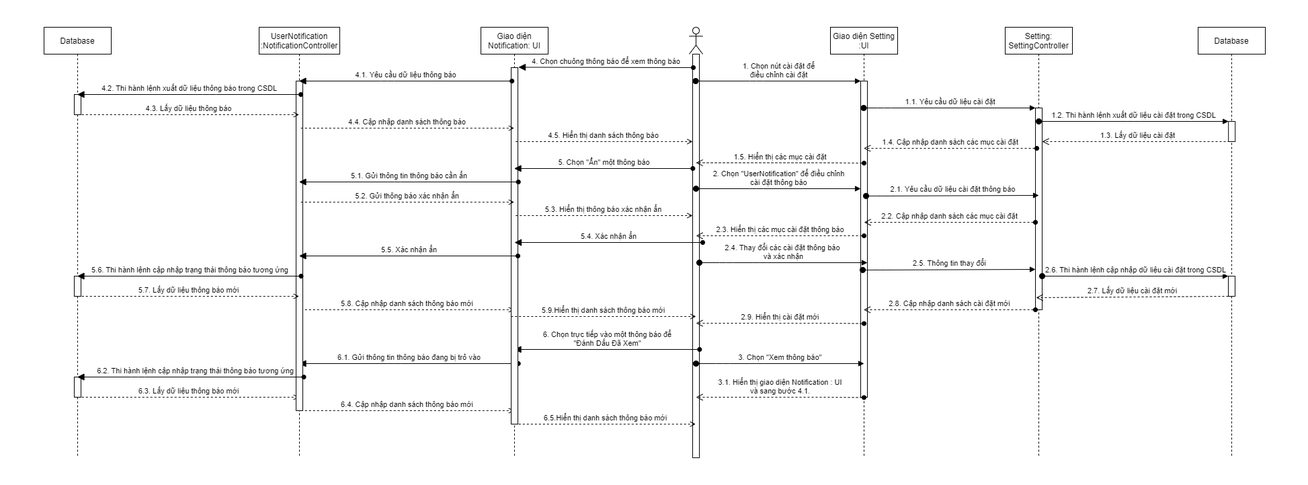
Above: ToDoApp-Doc/Document/Diagram/Sequence Diagram/UserNotificationManagement/UserNotificationManagement_SequenceDiagram.png in Merevoli-DatLuu/To-Do-App (draw.io), before the change. Source tidied: cells renumbered, new cells last; positions are measured from the earlier drawing's top-left corner, leaving out a move shared by most shapes.
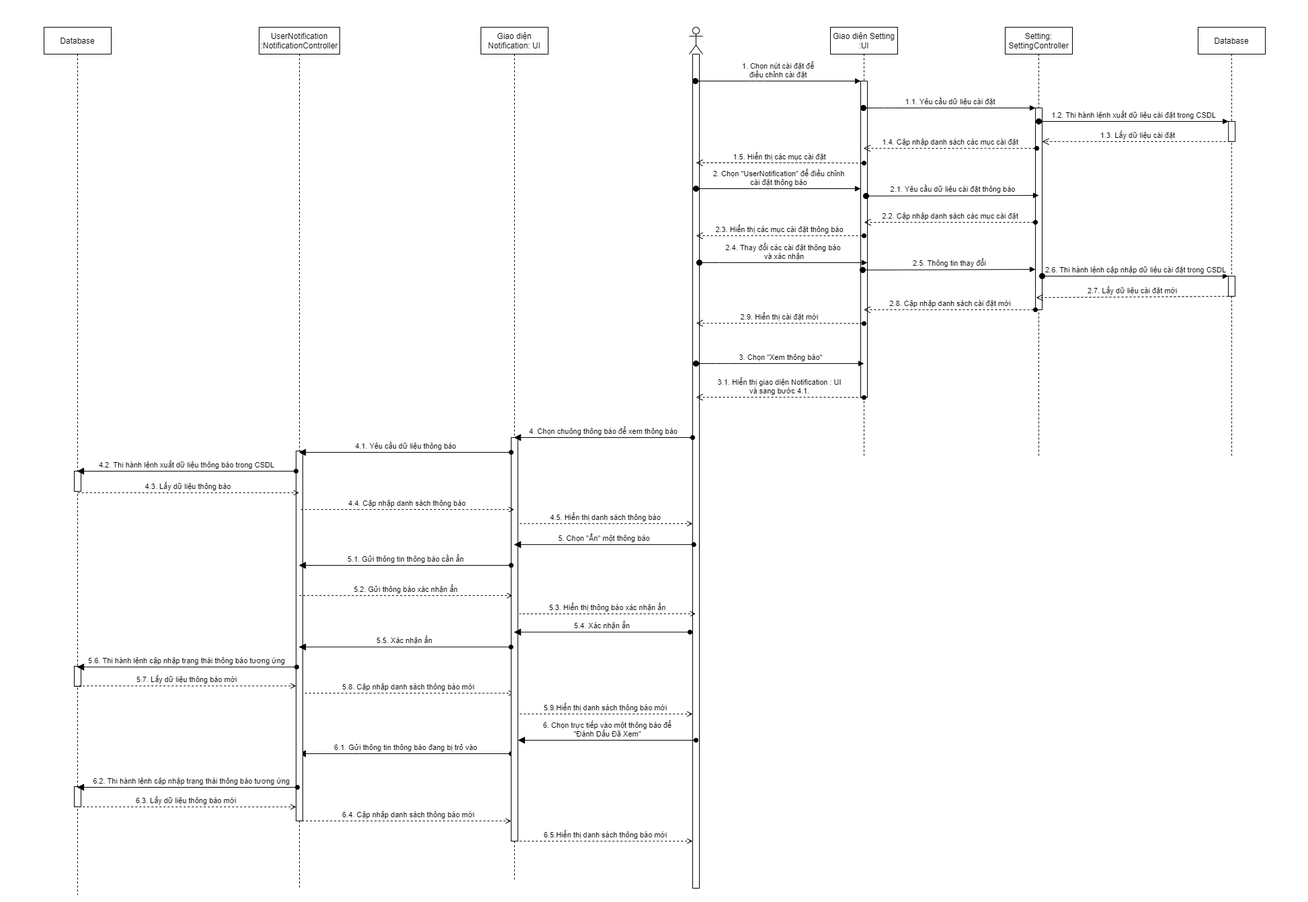
Later version of the same file.

The edit, as a diff of the source:
```diff
@@ -3,13 +3,13 @@
     <mxCell id="0" />
     <mxCell id="1" parent="0" />
     <mxCell id="2" style="rounded=0;whiteSpace=wrap;html=1;strokeColor=none;" parent="1" vertex="1">
-      <mxGeometry width="1945" height="720" as="geometry" />
+      <mxGeometry width="1945" height="1340" as="geometry" />
     </mxCell>
     <mxCell id="3" style="shape=umlLifeline;participant=umlActor;perimeter=lifelinePerimeter;whiteSpace=wrap;html=1;verticalAlign=top;spacingTop=36;outlineConnect=0;" parent="1" vertex="1">
-      <mxGeometry x="1025" y="40" width="20" height="640" as="geometry" />
+      <mxGeometry x="1025" y="40" width="20" height="1280" as="geometry" />
     </mxCell>
     <mxCell id="4" style="html=1;points=[];perimeter=orthogonalPerimeter;" parent="3" vertex="1">
-      <mxGeometry x="5" y="40" width="10" height="600" as="geometry" />
+      <mxGeometry x="5" y="40" width="10" height="1240" as="geometry" />
     </mxCell>
     <mxCell id="5" value="Giao diện Setting&lt;br&gt;:UI" style="shape=umlLifeline;perimeter=lifelinePerimeter;whiteSpace=wrap;html=1;outlineConnect=0;" parent="1" vertex="1">
       <mxGeometry x="1235" y="40" width="100" height="640" as="geometry" />
@@ -62,9 +62,9 @@
         </Array>
       </mxGeometry>
     </mxCell>
-    <mxCell id="14" value="6. Chọn trực tiếp vào một thông báo để&lt;br&gt;&quot;Đánh Dấu Đã Xem&quot;" style="html=1;verticalAlign=bottom;startArrow=block;endArrow=oval;startSize=8;startFill=1;endFill=1;" parent="1" edge="1" source="31">
+    <mxCell id="14" value="6. Chọn trực tiếp vào một thông báo để&lt;br&gt;&quot;Đánh Dấu Đã Xem&quot;" style="html=1;verticalAlign=bottom;startArrow=block;endArrow=oval;startSize=8;startFill=1;endFill=1;" parent="1" edge="1" source="32">
       <mxGeometry relative="1" as="geometry">
-        <mxPoint x="1040.3" y="519" as="targetPoint" />
+        <mxPoint x="1035" y="1100" as="targetPoint" />
       </mxGeometry>
     </mxCell>
     <mxCell id="15" value="2.1. Yêu cầu dữ liệu cài đặt thông báo" style="html=1;verticalAlign=bottom;startArrow=oval;endArrow=block;startSize=8;entryX=0.2;entryY=-0.021;entryDx=0;entryDy=0;entryPerimeter=0;" parent="1" edge="1">
@@ -104,28 +104,26 @@
         <mxPoint x="1835" y="210" as="sourcePoint" />
       </mxGeometry>
     </mxCell>
-    <mxCell id="21" value="5.8. Cập nhập danh sách thông báo mới" style="html=1;verticalAlign=bottom;endArrow=none;endSize=8;startArrow=open;startFill=0;endFill=0;dashed=1;" parent="1" edge="1" source="31">
+    <mxCell id="21" value="5.8. Cập nhập danh sách thông báo mới" style="html=1;verticalAlign=bottom;endArrow=none;endSize=8;startArrow=open;startFill=0;endFill=0;dashed=1;" parent="1" edge="1" source="31" target="35">
       <mxGeometry relative="1" as="geometry">
-        <mxPoint x="445" y="460" as="targetPoint" />
         <Array as="points">
-          <mxPoint x="685.7" y="460" />
+          <mxPoint x="695" y="1030" />
         </Array>
       </mxGeometry>
     </mxCell>
-    <mxCell id="22" value="6.1. Gửi thông tin thông báo đang bị trỏ vào" style="html=1;verticalAlign=bottom;startArrow=block;endArrow=oval;startSize=8;startFill=1;endFill=1;" parent="1" edge="1" source="34">
+    <mxCell id="22" value="6.1. Gửi thông tin thông báo đang bị trỏ vào" style="html=1;verticalAlign=bottom;startArrow=block;endArrow=oval;startSize=8;startFill=1;endFill=1;" parent="1" edge="1" source="34" target="32">
       <mxGeometry relative="1" as="geometry">
-        <mxPoint x="770.7" y="540" as="targetPoint" />
         <Array as="points">
-          <mxPoint x="585.7" y="540" />
+          <mxPoint x="525" y="1120" />
         </Array>
       </mxGeometry>
     </mxCell>
-    <mxCell id="23" value="6.4. Cập nhập danh sách thông báo mới" style="html=1;verticalAlign=bottom;endArrow=none;endSize=8;startArrow=open;startFill=0;endFill=0;dashed=1;" parent="1" edge="1" source="31">
+    <mxCell id="23" value="6.4. Cập nhập danh sách thông báo mới" style="html=1;verticalAlign=bottom;endArrow=none;endSize=8;startArrow=open;startFill=0;endFill=0;dashed=1;" parent="1" edge="1" source="32" target="35">
       <mxGeometry relative="1" as="geometry">
-        <mxPoint x="445" y="610" as="targetPoint" />
         <Array as="points">
-          <mxPoint x="685.7" y="610" />
+          <mxPoint x="665" y="1220" />
         </Array>
+        <mxPoint x="1" as="offset" />
       </mxGeometry>
     </mxCell>
     <mxCell id="24" value="2.2. Cập nhập danh sách các mục cài đặt" style="html=1;verticalAlign=bottom;endArrow=open;endSize=8;endFill=0;startArrow=oval;startFill=1;dashed=1;" parent="1" edge="1" source="8">
@@ -162,140 +160,117 @@
         </Array>
       </mxGeometry>
     </mxCell>
-    <mxCell id="29" value="6.3. Lấy dữ liệu thông báo mới" style="html=1;verticalAlign=bottom;endArrow=none;dashed=1;endSize=8;startArrow=open;startFill=0;endFill=0;" parent="1" edge="1" source="34">
-      <mxGeometry relative="1" as="geometry">
-        <mxPoint x="115" y="590" as="targetPoint" />
-      </mxGeometry>
+    <mxCell id="29" value="6.3. Lấy dữ liệu thông báo mới" style="html=1;verticalAlign=bottom;endArrow=none;dashed=1;endSize=8;startArrow=open;startFill=0;endFill=0;entryX=0.171;entryY=1.005;entryDx=0;entryDy=0;entryPerimeter=0;" parent="1" edge="1" source="35" target="39">
+      <mxGeometry relative="1" as="geometry" />
     </mxCell>
-    <mxCell id="30" value="6.5.Hiển thị danh sách thông báo mới" style="html=1;verticalAlign=bottom;endArrow=none;endSize=8;startArrow=open;startFill=0;endFill=0;dashed=1;" parent="1" edge="1" source="3">
+    <mxCell id="30" value="6.5.Hiển thị danh sách thông báo mới" style="html=1;verticalAlign=bottom;endArrow=none;endSize=8;startArrow=open;startFill=0;endFill=0;dashed=1;" parent="1" edge="1" source="4" target="32">
       <mxGeometry relative="1" as="geometry">
-        <mxPoint x="765" y="630" as="targetPoint" />
         <Array as="points">
-          <mxPoint x="995.7" y="630" />
+          <mxPoint x="975" y="1250" />
+          <mxPoint x="855" y="1250" />
         </Array>
       </mxGeometry>
     </mxCell>
     <mxCell id="31" value="Giao diện Notification: UI" style="shape=umlLifeline;perimeter=lifelinePerimeter;whiteSpace=wrap;html=1;outlineConnect=0;" parent="1" vertex="1">
-      <mxGeometry x="715" y="40" width="100" height="640" as="geometry" />
+      <mxGeometry x="715" y="40" width="100" height="1270" as="geometry" />
     </mxCell>
     <mxCell id="32" style="html=1;points=[];perimeter=orthogonalPerimeter;" parent="31" vertex="1">
-      <mxGeometry x="45" y="60" width="10" height="530" as="geometry" />
+      <mxGeometry x="45" y="610" width="10" height="600" as="geometry" />
     </mxCell>
-    <mxCell id="33" value="5.9.Hiển thị danh sách thông báo mới" style="html=1;verticalAlign=bottom;endArrow=none;endSize=8;startArrow=open;startFill=0;endFill=0;dashed=1;" parent="31" edge="1">
-      <mxGeometry relative="1" as="geometry">
-        <mxPoint x="320" y="430" as="sourcePoint" />
-        <mxPoint x="45" y="430" as="targetPoint" />
-      </mxGeometry>
-    </mxCell>
     <mxCell id="34" value="UserNotification&lt;br&gt;:NotificationController" style="shape=umlLifeline;perimeter=lifelinePerimeter;whiteSpace=wrap;html=1;outlineConnect=0;" parent="1" vertex="1">
-      <mxGeometry x="385" y="40" width="120" height="640" as="geometry" />
+      <mxGeometry x="385" y="40" width="120" height="1280" as="geometry" />
     </mxCell>
     <mxCell id="35" style="html=1;points=[];perimeter=orthogonalPerimeter;" parent="34" vertex="1">
-      <mxGeometry x="55" y="80" width="10" height="490" as="geometry" />
+      <mxGeometry x="55" y="630" width="10" height="550" as="geometry" />
     </mxCell>
     <mxCell id="36" value="Database" style="shape=umlLifeline;perimeter=lifelinePerimeter;whiteSpace=wrap;html=1;outlineConnect=0;" parent="1" vertex="1">
-      <mxGeometry x="65" y="40" width="100" height="640" as="geometry" />
+      <mxGeometry x="65" y="40" width="100" height="1290" as="geometry" />
     </mxCell>
     <mxCell id="37" style="html=1;points=[];perimeter=orthogonalPerimeter;" parent="36" vertex="1">
-      <mxGeometry x="45" y="100" width="10" height="30" as="geometry" />
+      <mxGeometry x="45" y="660" width="10" height="30" as="geometry" />
     </mxCell>
     <mxCell id="38" style="html=1;points=[];perimeter=orthogonalPerimeter;" parent="36" vertex="1">
-      <mxGeometry x="45" y="370" width="10" height="30" as="geometry" />
+      <mxGeometry x="45" y="950" width="10" height="30" as="geometry" />
     </mxCell>
     <mxCell id="39" style="html=1;points=[];perimeter=orthogonalPerimeter;" parent="36" vertex="1">
-      <mxGeometry x="45" y="520" width="10" height="30" as="geometry" />
+      <mxGeometry x="45" y="1129" width="10" height="30" as="geometry" />
     </mxCell>
-    <mxCell id="40" value="4. Chọn chuông thông báo để xem thông báo" style="html=1;verticalAlign=bottom;startArrow=block;endArrow=oval;startSize=8;startFill=1;endFill=1;exitX=1.1;exitY=-0.001;exitDx=0;exitDy=0;exitPerimeter=0;" parent="1" edge="1" source="32">
+    <mxCell id="40" value="4. Chọn chuông thông báo để xem thông báo" style="html=1;verticalAlign=bottom;startArrow=block;endArrow=oval;startSize=8;startFill=1;endFill=1;" parent="1" edge="1" source="31" target="4">
       <mxGeometry relative="1" as="geometry">
-        <mxPoint x="1031" y="100" as="targetPoint" />
+        <Array as="points">
+          <mxPoint x="905" y="650" />
+        </Array>
       </mxGeometry>
     </mxCell>
-    <mxCell id="41" value="4.1. Yêu cầu dữ liệu thông báo" style="html=1;verticalAlign=bottom;startArrow=block;endArrow=oval;startSize=8;startFill=1;endFill=1;" parent="1" edge="1" source="34">
+    <mxCell id="41" value="4.1. Yêu cầu dữ liệu thông báo" style="html=1;verticalAlign=bottom;startArrow=block;endArrow=oval;startSize=8;startFill=1;endFill=1;" parent="1" edge="1" source="34" target="32">
       <mxGeometry relative="1" as="geometry">
-        <mxPoint x="761.2" y="120" as="targetPoint" />
         <Array as="points">
-          <mxPoint x="576.2" y="120" />
+          <mxPoint x="575" y="672" />
         </Array>
       </mxGeometry>
     </mxCell>
-    <mxCell id="42" value="4.2. Thi hành lệnh xuất dữ liệu thông báo trong CSDL" style="html=1;verticalAlign=bottom;startArrow=block;endArrow=oval;startSize=8;startFill=1;endFill=1;" parent="1" edge="1" source="36">
+    <mxCell id="42" value="4.2. Thi hành lệnh xuất dữ liệu thông báo trong CSDL" style="html=1;verticalAlign=bottom;startArrow=block;endArrow=oval;startSize=8;startFill=1;endFill=1;" parent="1" edge="1" source="36" target="35">
       <mxGeometry relative="1" as="geometry">
-        <mxPoint x="447.2" y="140" as="targetPoint" />
         <Array as="points">
-          <mxPoint x="311" y="140" />
+          <mxPoint x="275" y="700" />
         </Array>
       </mxGeometry>
     </mxCell>
-    <mxCell id="43" value="4.3. Lấy dữ liệu thông báo" style="html=1;verticalAlign=bottom;endArrow=none;dashed=1;endSize=8;startArrow=open;startFill=0;endFill=0;" parent="1" edge="1" source="34">
-      <mxGeometry relative="1" as="geometry">
-        <mxPoint x="115" y="170" as="targetPoint" />
-      </mxGeometry>
+    <mxCell id="43" value="4.3. Lấy dữ liệu thông báo" style="html=1;verticalAlign=bottom;endArrow=none;dashed=1;endSize=8;startArrow=open;startFill=0;endFill=0;entryX=0.286;entryY=1.071;entryDx=0;entryDy=0;entryPerimeter=0;" parent="1" edge="1" source="34" target="37">
+      <mxGeometry relative="1" as="geometry" />
     </mxCell>
     <mxCell id="44" value="4.4. Cập nhập danh sách thông báo" style="html=1;verticalAlign=bottom;endArrow=none;endSize=8;startArrow=open;startFill=0;endFill=0;dashed=1;" parent="1" edge="1" source="31">
       <mxGeometry relative="1" as="geometry">
-        <mxPoint x="445" y="190" as="targetPoint" />
+        <mxPoint x="445" y="757" as="targetPoint" />
         <Array as="points">
-          <mxPoint x="685.7" y="190" />
+          <mxPoint x="705" y="757" />
         </Array>
       </mxGeometry>
     </mxCell>
-    <mxCell id="45" value="4.5. Hiển thị danh sách thông báo" style="html=1;verticalAlign=bottom;endArrow=none;endSize=8;startArrow=open;startFill=0;endFill=0;dashed=1;" parent="1" edge="1" source="4">
+    <mxCell id="45" value="4.5. Hiển thị danh sách thông báo" style="html=1;verticalAlign=bottom;endArrow=none;endSize=8;startArrow=open;startFill=0;endFill=0;dashed=1;" parent="1" edge="1" source="4" target="32">
       <mxGeometry relative="1" as="geometry">
-        <mxPoint x="765" y="210" as="targetPoint" />
         <Array as="points">
-          <mxPoint x="985.7" y="210" />
+          <mxPoint x="965" y="778" />
         </Array>
       </mxGeometry>
     </mxCell>
-    <mxCell id="46" value="5. Chọn &quot;Ẩn&quot; một thông báo" style="html=1;verticalAlign=bottom;startArrow=block;endArrow=oval;startSize=8;startFill=1;endFill=1;" parent="1" edge="1" source="31">
-      <mxGeometry relative="1" as="geometry">
-        <mxPoint x="1030.3" y="250" as="targetPoint" />
-      </mxGeometry>
+    <mxCell id="46" value="5. Chọn &quot;Ẩn&quot; một thông báo" style="html=1;verticalAlign=bottom;startArrow=block;endArrow=oval;startSize=8;startFill=1;endFill=1;entryX=0.171;entryY=0.588;entryDx=0;entryDy=0;entryPerimeter=0;" parent="1" edge="1" source="31" target="4">
+      <mxGeometry relative="1" as="geometry" />
     </mxCell>
-    <mxCell id="47" value="5.1. Gửi thông tin thông báo cần ẩn" style="html=1;verticalAlign=bottom;startArrow=block;endArrow=oval;startSize=8;startFill=1;endFill=1;" parent="1" edge="1" source="34">
+    <mxCell id="47" value="5.1. Gửi thông tin thông báo cần ẩn" style="html=1;verticalAlign=bottom;startArrow=block;endArrow=oval;startSize=8;startFill=1;endFill=1;" parent="1" edge="1" source="34" target="32">
       <mxGeometry relative="1" as="geometry">
-        <mxPoint x="770.7" y="270" as="targetPoint" />
         <Array as="points">
-          <mxPoint x="585.7" y="270" />
+          <mxPoint x="605" y="840" />
         </Array>
       </mxGeometry>
     </mxCell>
-    <mxCell id="48" value="5.2. Gửi thông báo xác nhận ẩn" style="html=1;verticalAlign=bottom;endArrow=none;endSize=8;endFill=0;startArrow=open;startFill=0;dashed=1;" parent="1" edge="1" source="31">
+    <mxCell id="48" value="5.2. Gửi thông báo xác nhận ẩn" style="html=1;verticalAlign=bottom;endArrow=none;endSize=8;endFill=0;startArrow=open;startFill=0;dashed=1;" parent="1" edge="1">
       <mxGeometry relative="1" as="geometry">
-        <mxPoint x="445" y="300" as="targetPoint" />
+        <mxPoint x="762" y="885" as="sourcePoint" />
+        <mxPoint x="445" y="885" as="targetPoint" />
       </mxGeometry>
     </mxCell>
-    <mxCell id="49" value="5.3. Hiển thị thông báo xác nhận ẩn" style="html=1;verticalAlign=bottom;endArrow=none;endSize=8;endFill=0;startArrow=open;startFill=0;entryX=1.22;entryY=0.409;entryDx=0;entryDy=0;entryPerimeter=0;dashed=1;" parent="1" edge="1" source="4">
-      <mxGeometry relative="1" as="geometry">
-        <mxPoint x="765" y="320" as="targetPoint" />
-      </mxGeometry>
+    <mxCell id="49" value="5.3. Hiển thị thông báo xác nhận ẩn" style="html=1;verticalAlign=bottom;endArrow=none;endSize=8;endFill=0;startArrow=open;startFill=0;dashed=1;exitX=0.45;exitY=0.671;exitDx=0;exitDy=0;exitPerimeter=0;entryX=1.229;entryY=0.437;entryDx=0;entryDy=0;entryPerimeter=0;" parent="1" edge="1" source="4" target="32">
+      <mxGeometry relative="1" as="geometry" />
     </mxCell>
-    <mxCell id="50" value="5.4. Xác nhận ẩn" style="html=1;verticalAlign=bottom;startArrow=block;endArrow=oval;startSize=8;startFill=1;endFill=1;" parent="1" edge="1">
-      <mxGeometry relative="1" as="geometry">
-        <mxPoint x="765" y="360" as="sourcePoint" />
-        <mxPoint x="1045" y="360" as="targetPoint" />
-      </mxGeometry>
+    <mxCell id="50" value="5.4. Xác nhận ẩn" style="html=1;verticalAlign=bottom;startArrow=block;endArrow=oval;startSize=8;startFill=1;endFill=1;entryX=-0.4;entryY=0.693;entryDx=0;entryDy=0;entryPerimeter=0;" parent="1" edge="1" source="31" target="4">
+      <mxGeometry relative="1" as="geometry" />
     </mxCell>
-    <mxCell id="51" value="5.5. Xác nhận ẩn" style="html=1;verticalAlign=bottom;startArrow=block;endArrow=oval;startSize=8;startFill=1;endFill=1;" parent="1" edge="1" source="34">
-      <mxGeometry relative="1" as="geometry">
-        <mxPoint x="770" y="380" as="targetPoint" />
-      </mxGeometry>
+    <mxCell id="51" value="5.5. Xác nhận ẩn" style="html=1;verticalAlign=bottom;startArrow=block;endArrow=oval;startSize=8;startFill=1;endFill=1;entryX=-0.029;entryY=0.519;entryDx=0;entryDy=0;entryPerimeter=0;" parent="1" edge="1" source="34" target="32">
+      <mxGeometry relative="1" as="geometry" />
     </mxCell>
-    <mxCell id="52" value="5.6. Thi hành lệnh cập nhập trạng thái thông báo tương ứng" style="html=1;verticalAlign=bottom;startArrow=block;endArrow=oval;startSize=8;startFill=1;endFill=1;" parent="1" edge="1" source="36">
-      <mxGeometry relative="1" as="geometry">
-        <mxPoint x="447.5" y="410" as="targetPoint" />
-      </mxGeometry>
+    <mxCell id="52" value="5.6. Thi hành lệnh cập nhập trạng thái thông báo tương ứng" style="html=1;verticalAlign=bottom;startArrow=block;endArrow=oval;startSize=8;startFill=1;endFill=1;entryX=0.086;entryY=0.584;entryDx=0;entryDy=0;entryPerimeter=0;" parent="1" edge="1" source="36" target="35">
+      <mxGeometry relative="1" as="geometry" />
     </mxCell>
-    <mxCell id="53" value="5.7. Lấy dữ liệu thông báo mới" style="html=1;verticalAlign=bottom;endArrow=none;dashed=1;endSize=8;startArrow=open;startFill=0;endFill=0;" parent="1" edge="1" source="34">
-      <mxGeometry relative="1" as="geometry">
-        <mxPoint x="115" y="440" as="targetPoint" />
-      </mxGeometry>
+    <mxCell id="53" value="5.7. Lấy dữ liệu thông báo mới" style="html=1;verticalAlign=bottom;endArrow=none;dashed=1;endSize=8;startArrow=open;startFill=0;endFill=0;entryX=0.286;entryY=0.976;entryDx=0;entryDy=0;entryPerimeter=0;" parent="1" edge="1" source="35" target="38">
+      <mxGeometry relative="1" as="geometry" />
     </mxCell>
     <mxCell id="54" value="&amp;nbsp; &amp;nbsp; 6.2. Thi hành lệnh cập nhập trạng thái thông báo tương ứng" style="html=1;verticalAlign=bottom;startArrow=block;endArrow=oval;startSize=8;startFill=1;endFill=1;" parent="1" edge="1" source="36">
       <mxGeometry relative="1" as="geometry">
-        <mxPoint x="451.5" y="560" as="targetPoint" />
+        <mxPoint x="442" y="1170" as="targetPoint" />
         <Array as="points">
-          <mxPoint x="205" y="560" />
+          <mxPoint x="185" y="1170" />
+          <mxPoint x="365" y="1170" />
         </Array>
       </mxGeometry>
     </mxCell>
@@ -340,5 +315,8 @@
         </Array>
       </mxGeometry>
     </mxCell>
+    <mxCell id="33" value="5.9.Hiển thị danh sách thông báo mới" style="html=1;verticalAlign=bottom;endArrow=none;endSize=8;startArrow=open;startFill=0;endFill=0;dashed=1;entryX=1;entryY=0.685;entryDx=0;entryDy=0;entryPerimeter=0;" parent="1" edge="1" source="4" target="32">
+      <mxGeometry relative="1" as="geometry" />
+    </mxCell>
   </root>
 </mxGraphModel>
```
